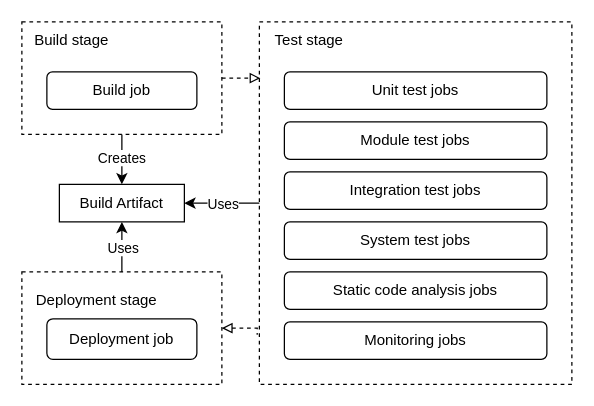
freb97/bachelors-thesis keeps this draw.io diagram as src/images/blueprints/pipeline-visualization.drawio. Above is the earlier version. Source tidied: cells renumbered, new cells numbered last; positions are measured from the earlier drawing's top-left corner, leaving out a move shared by most shapes. Both pictures are drawn from the tidied source at 125%, with x=0, y=0 at pixel (21, 21).
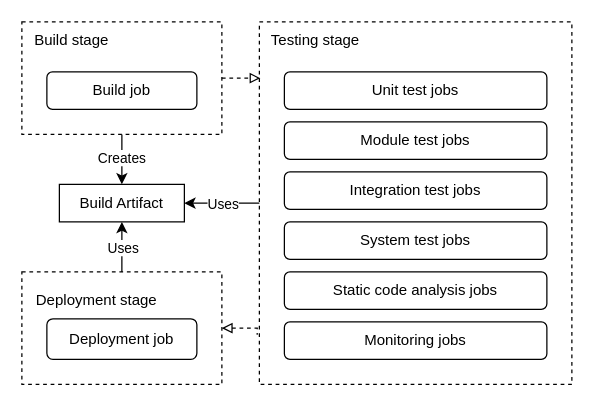
The same page after the edit.

Change to the diagram source:
```diff
@@
-    <mxCell id="11" value="Test stage" style="text;html=1;strokeColor=none;fillColor=none;align=center;verticalAlign=middle;whiteSpace=wrap;rounded=0;" parent="1" vertex="1">
-      <mxGeometry x="190" width="80" height="30" as="geometry" />
+    <mxCell id="11" value="Testing stage" style="text;html=1;strokeColor=none;fillColor=none;align=center;verticalAlign=middle;whiteSpace=wrap;rounded=0;" parent="1" vertex="1">
+      <mxGeometry x="190" width="90" height="30" as="geometry" />
     </mxCell>
```
